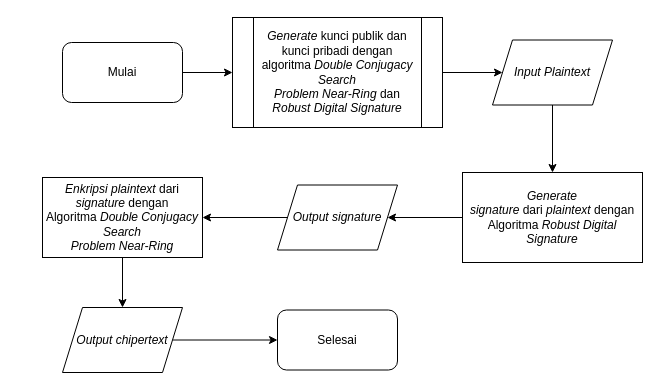
Before: page "f-sign-encrypt" (4 of 5) of sign-then-encrypt_scheme.drawio in eraldss1/diagram-signcryption, a draw.io diagram. Source tidied: cells renumbered, new cells numbered last; positions are measured from the earlier drawing's top-left corner, leaving out a move shared by most shapes. Both pictures are drawn from the tidied source at 100%, with x=0, y=0 at pixel (42, 17).
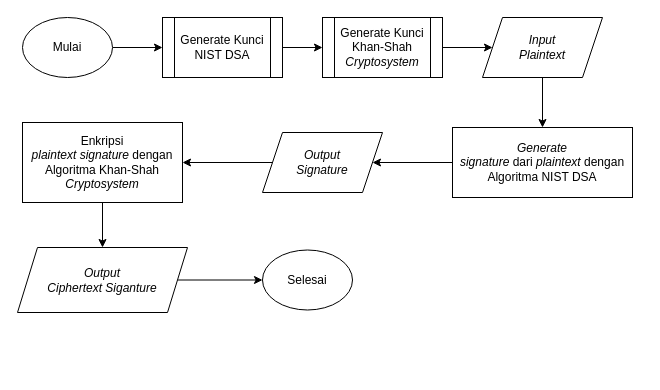
Above is the later version.

What changed in the source:
```diff
@@
 <mxGraphModel>
   <root>
     <mxCell id="0" />
     <mxCell id="1" parent="0" />
-    <mxCell id="2" style="edgeStyle=orthogonalEdgeStyle;rounded=0;jettySize=auto;html=1;entryX=0;entryY=0.5;entryDx=0;entryDy=0;fontFamily=Helvetica;fontSize=12;" parent="1" edge="1" source="3" target="5">
-      <mxGeometry relative="1" as="geometry" />
-    </mxCell>
+    <mxCell id="17" style="edgeStyle=orthogonalEdgeStyle;rounded=0;jettySize=auto;html=1;fontFamily=Helvetica;fontSize=12;" parent="1" edge="1" source="3" target="19">
+      <mxGeometry relative="1" as="geometry" />
+    </mxCell>
-    <mxCell id="3" value="Mulai" style="rounded=1;whiteSpace=wrap;html=1;" parent="1" vertex="1">
-      <mxGeometry x="20" y="25" width="120" height="60" as="geometry" />
+    <mxCell id="3" value="Mulai" style="ellipse;whiteSpace=wrap;html=1;fontFamily=Helvetica;fontSize=12;" parent="1" vertex="1">
+      <mxGeometry x="-20" width="90" height="60" as="geometry" />
     </mxCell>
-    <mxCell id="4" style="edgeStyle=orthogonalEdgeStyle;rounded=0;jettySize=auto;html=1;entryX=0;entryY=0.5;entryDx=0;entryDy=0;fontFamily=Helvetica;fontSize=12;" parent="1" edge="1" source="5" target="7">
-      <mxGeometry relative="1" as="geometry" />
-    </mxCell>
-    <mxCell id="5" value="&lt;i&gt;Generate &lt;/i&gt;kunci publik dan kunci pribadi dengan algoritma&amp;nbsp;&lt;span style=&quot;line-height: 107%;&quot; lang=&quot;IN&quot;&gt;&lt;i&gt;Double Conjugacy Search&lt;/i&gt;&lt;br&gt;&lt;i&gt;Problem Near-Ring &lt;/i&gt;dan &lt;i&gt;Robust Digital Signature&lt;/i&gt;&lt;/span&gt;" style="shape=process;whiteSpace=wrap;html=1;backgroundOutline=1;" parent="1" vertex="1">
-      <mxGeometry x="190" width="210" height="110" as="geometry" />
-    </mxCell>
-    <mxCell id="6" style="edgeStyle=orthogonalEdgeStyle;rounded=0;jettySize=auto;html=1;fontFamily=Helvetica;fontSize=12;" parent="1" edge="1" source="7" target="9">
-      <mxGeometry relative="1" as="geometry" />
-    </mxCell>
+    <mxCell id="16" value="Selesai" style="ellipse;whiteSpace=wrap;html=1;fontFamily=Helvetica;fontSize=12;" parent="1" vertex="1">
+      <mxGeometry x="220" y="232.5" width="90" height="60" as="geometry" />
+    </mxCell>
+    <mxCell id="18" style="edgeStyle=orthogonalEdgeStyle;rounded=0;jettySize=auto;html=1;fontFamily=Helvetica;fontSize=12;" parent="1" edge="1" source="19" target="21">
+      <mxGeometry relative="1" as="geometry" />
+    </mxCell>
+    <mxCell id="19" value="Generate Kunci NIST DSA" style="shape=process;whiteSpace=wrap;html=1;backgroundOutline=1;fontFamily=Helvetica;fontSize=12;" parent="1" vertex="1">
+      <mxGeometry x="120" width="120" height="60" as="geometry" />
+    </mxCell>
+    <mxCell id="20" style="edgeStyle=orthogonalEdgeStyle;rounded=0;jettySize=auto;html=1;fontFamily=Helvetica;fontSize=12;" parent="1" edge="1" source="21" target="7">
+      <mxGeometry relative="1" as="geometry" />
+    </mxCell>
+    <mxCell id="21" value="Generate Kunci Khan-Shah &lt;i&gt;Cryptosystem&lt;/i&gt;" style="shape=process;whiteSpace=wrap;html=1;backgroundOutline=1;fontFamily=Helvetica;fontSize=12;" parent="1" vertex="1">
+      <mxGeometry x="280" width="120" height="60" as="geometry" />
+    </mxCell>
+    <mxCell id="22" style="edgeStyle=orthogonalEdgeStyle;rounded=0;jettySize=auto;html=1;fontFamily=Helvetica;fontSize=12;" parent="1" edge="1" source="7" target="24">
+      <mxGeometry relative="1" as="geometry" />
+    </mxCell>
-    <mxCell id="7" value="&lt;i&gt;Input Plaintext&lt;/i&gt;" style="shape=parallelogram;perimeter=parallelogramPerimeter;whiteSpace=wrap;html=1;fixedSize=1;fontFamily=Helvetica;fontSize=12;" parent="1" vertex="1">
-      <mxGeometry x="450" y="22.5" width="120" height="65" as="geometry" />
+    <mxCell id="7" value="&lt;i&gt;Input &lt;br&gt;Plaintext&lt;/i&gt;" style="shape=parallelogram;perimeter=parallelogramPerimeter;whiteSpace=wrap;html=1;fixedSize=1;fontFamily=Helvetica;fontSize=12;" parent="1" vertex="1">
+      <mxGeometry x="440" width="120" height="60" as="geometry" />
     </mxCell>
-    <mxCell id="8" style="edgeStyle=orthogonalEdgeStyle;rounded=0;jettySize=auto;html=1;entryX=1;entryY=0.5;entryDx=0;entryDy=0;fontFamily=Helvetica;fontSize=12;" parent="1" edge="1" source="9" target="11">
-      <mxGeometry relative="1" as="geometry" />
-    </mxCell>
-    <mxCell id="9" value="&lt;i&gt;Generate signature&amp;nbsp;&lt;/i&gt;dari&amp;nbsp;&lt;i&gt;plaintext&amp;nbsp;&lt;/i&gt;dengan Algoritma&amp;nbsp;&lt;i&gt;Robust Digital Signature&lt;/i&gt;" style="rounded=0;whiteSpace=wrap;html=1;fontFamily=Helvetica;fontSize=12;" parent="1" vertex="1">
-      <mxGeometry x="420" y="155" width="180" height="90" as="geometry" />
-    </mxCell>
-    <mxCell id="10" style="edgeStyle=orthogonalEdgeStyle;rounded=0;jettySize=auto;html=1;entryX=1;entryY=0.5;entryDx=0;entryDy=0;fontFamily=Helvetica;fontSize=12;" parent="1" edge="1" source="11" target="13">
-      <mxGeometry relative="1" as="geometry" />
-    </mxCell>
-    <mxCell id="11" value="&lt;i&gt;Output signature&lt;/i&gt;" style="shape=parallelogram;perimeter=parallelogramPerimeter;whiteSpace=wrap;html=1;fixedSize=1;fontFamily=Helvetica;fontSize=12;" parent="1" vertex="1">
-      <mxGeometry x="235" y="167.5" width="120" height="65" as="geometry" />
-    </mxCell>
-    <mxCell id="12" style="edgeStyle=orthogonalEdgeStyle;rounded=0;jettySize=auto;html=1;entryX=0.5;entryY=0;entryDx=0;entryDy=0;fontFamily=Helvetica;fontSize=12;" parent="1" edge="1" source="13" target="15">
-      <mxGeometry relative="1" as="geometry" />
-    </mxCell>
-    <mxCell id="13" value="&lt;i&gt;Enkripsi plaintext&amp;nbsp;&lt;/i&gt;dari &lt;i&gt;signature&amp;nbsp;&lt;/i&gt;dengan Algoritma&amp;nbsp;&lt;i&gt;Double Conjugacy Search&lt;/i&gt;&lt;br&gt;&lt;i&gt;Problem Near-Ring&lt;/i&gt;" style="rounded=0;whiteSpace=wrap;html=1;fontFamily=Helvetica;fontSize=12;" parent="1" vertex="1">
-      <mxGeometry y="160" width="160" height="80" as="geometry" />
-    </mxCell>
-    <mxCell id="14" style="edgeStyle=orthogonalEdgeStyle;rounded=0;jettySize=auto;html=1;entryX=0;entryY=0.5;entryDx=0;entryDy=0;fontFamily=Helvetica;fontSize=12;" parent="1" edge="1" source="15" target="16">
-      <mxGeometry relative="1" as="geometry" />
-    </mxCell>
-    <mxCell id="15" value="&lt;i&gt;Output chipertext&lt;/i&gt;" style="shape=parallelogram;perimeter=parallelogramPerimeter;whiteSpace=wrap;html=1;fixedSize=1;fontFamily=Helvetica;fontSize=12;" parent="1" vertex="1">
-      <mxGeometry x="20" y="290" width="120" height="65" as="geometry" />
-    </mxCell>
-    <mxCell id="16" value="Selesai" style="rounded=1;whiteSpace=wrap;html=1;" parent="1" vertex="1">
-      <mxGeometry x="235" y="292.5" width="120" height="60" as="geometry" />
-    </mxCell>
+    <mxCell id="23" style="edgeStyle=orthogonalEdgeStyle;rounded=0;jettySize=auto;html=1;fontFamily=Helvetica;fontSize=12;" parent="1" edge="1" source="24" target="26">
+      <mxGeometry relative="1" as="geometry" />
+    </mxCell>
+    <mxCell id="24" value="&lt;i&gt;Generate signature&amp;nbsp;&lt;/i&gt;dari&amp;nbsp;&lt;i&gt;plaintext&amp;nbsp;&lt;/i&gt;dengan Algoritma NIST DSA" style="rounded=0;whiteSpace=wrap;html=1;fontFamily=Helvetica;fontSize=12;" parent="1" vertex="1">
+      <mxGeometry x="410" y="110" width="180" height="70" as="geometry" />
+    </mxCell>
+    <mxCell id="25" style="edgeStyle=orthogonalEdgeStyle;rounded=0;jettySize=auto;html=1;fontFamily=Helvetica;fontSize=12;" parent="1" edge="1" source="26" target="28">
+      <mxGeometry relative="1" as="geometry" />
+    </mxCell>
+    <mxCell id="26" value="&lt;i&gt;Output&lt;br&gt;Signature&lt;/i&gt;" style="shape=parallelogram;perimeter=parallelogramPerimeter;whiteSpace=wrap;html=1;fixedSize=1;fontFamily=Helvetica;fontSize=12;" parent="1" vertex="1">
+      <mxGeometry x="220" y="115" width="120" height="60" as="geometry" />
+    </mxCell>
+    <mxCell id="27" style="edgeStyle=orthogonalEdgeStyle;rounded=0;jettySize=auto;html=1;fontFamily=Helvetica;fontSize=12;" parent="1" edge="1" source="28" target="30">
+      <mxGeometry relative="1" as="geometry" />
+    </mxCell>
+    <mxCell id="28" value="Enkripsi &lt;i&gt;plaintext&amp;nbsp;&lt;/i&gt;&lt;i&gt;signature&amp;nbsp;&lt;/i&gt;dengan Algoritma Khan-Shah &lt;i&gt;Cryptosystem&lt;/i&gt;" style="rounded=0;whiteSpace=wrap;html=1;fontFamily=Helvetica;fontSize=12;" parent="1" vertex="1">
+      <mxGeometry x="-20" y="105" width="160" height="80" as="geometry" />
+    </mxCell>
+    <mxCell id="29" style="edgeStyle=orthogonalEdgeStyle;rounded=0;jettySize=auto;html=1;fontFamily=Helvetica;fontSize=12;" parent="1" edge="1" source="30" target="16">
+      <mxGeometry relative="1" as="geometry" />
+    </mxCell>
+    <mxCell id="30" value="&lt;i&gt;Output &lt;br&gt;Ciphertext Siganture&lt;/i&gt;" style="shape=parallelogram;perimeter=parallelogramPerimeter;whiteSpace=wrap;html=1;fixedSize=1;fontFamily=Helvetica;fontSize=12;" parent="1" vertex="1">
+      <mxGeometry x="-25" y="230" width="170" height="65" as="geometry" />
+    </mxCell>
   </root>
 </mxGraphModel>
```
